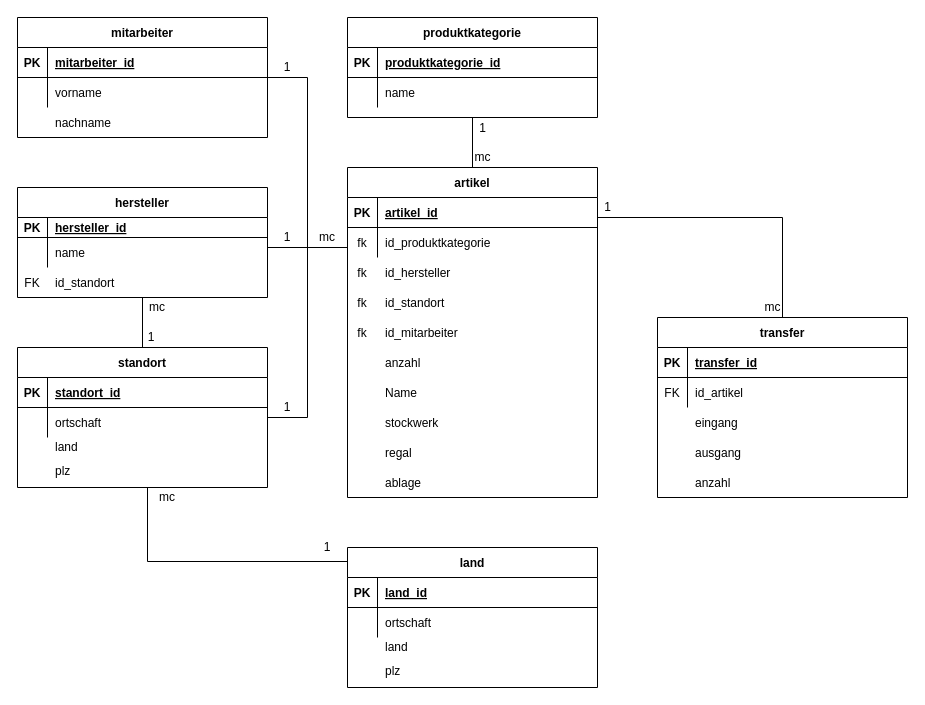
Above: Drawios/physisches-M153-LB03.drawio in leZayn/M153-LB2 (draw.io), before the change. Source tidied: cells renumbered, new cells numbered last; positions are measured from the earlier drawing's top-left corner, leaving out a move shared by most shapes. Both pictures are drawn from the tidied source at 100%, with x=0, y=0 at pixel (17, 17).
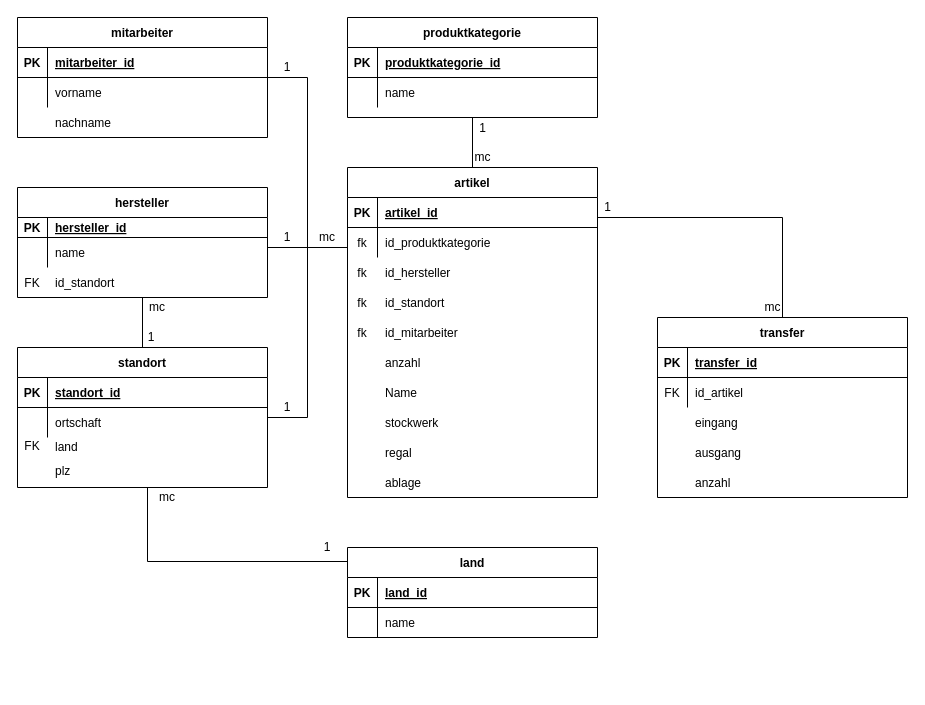
The same page after the edit.

The change refers to these unchanged cells:
```xml
<mxCell id="24" style="group;" parent="23" vertex="1">
  <mxGeometry width="250" height="140" as="geometry" />
</mxCell>
<mxCell id="84" style="group;" parent="83" vertex="1">
  <mxGeometry width="250" height="140" as="geometry" />
</mxCell>
<mxCell id="89" style="shape=partialRectangle;fillColor=none;top=0;left=0;right=0;bottom=0;" parent="85" vertex="1">
  <mxGeometry y="60" width="250" height="30" as="geometry" />
</mxCell>
```

The edit, as a diff of the source:
```diff
@@
+    <mxCell id="97" value="FK" style="shape=partialRectangle;overflow=hidden;fillColor=none;top=0;left=0;bottom=0;right=0;fontStyle=0;" parent="24" vertex="1">
+      <mxGeometry y="83" width="30" height="30" as="geometry" />
+    </mxCell>
@@
     <mxCell id="85" value="land" style="shape=table;startSize=30;childLayout=tableLayout;rowLines=0;fontStyle=1;align=center;" parent="84" vertex="1">
-      <mxGeometry width="250" height="140" as="geometry" />
+      <mxGeometry width="250" height="90" as="geometry" />
     </mxCell>
@@
-    <mxCell id="91" value="ortschaft" style="shape=partialRectangle;overflow=hidden;fillColor=none;top=0;left=0;bottom=0;right=0;align=left;spacingLeft=6;" parent="89" vertex="1">
+    <mxCell id="91" value="name" style="shape=partialRectangle;overflow=hidden;fillColor=none;top=0;left=0;bottom=0;right=0;align=left;spacingLeft=6;" parent="89" vertex="1">
       <mxGeometry x="30" width="220" height="30" as="geometry" />
     </mxCell>
-    <mxCell id="92" value="plz" style="shape=partialRectangle;overflow=hidden;fillColor=none;top=0;left=0;bottom=0;right=0;align=left;spacingLeft=6;" parent="84" vertex="1">
-      <mxGeometry x="30" y="105" width="220" height="35" as="geometry" />
-    </mxCell>
-    <mxCell id="93" value="land" style="shape=partialRectangle;overflow=hidden;fillColor=none;top=0;left=0;bottom=0;right=0;align=left;spacingLeft=6;" parent="84" vertex="1">
-      <mxGeometry x="30" y="85" width="220" height="28" as="geometry" />
-    </mxCell>
```
